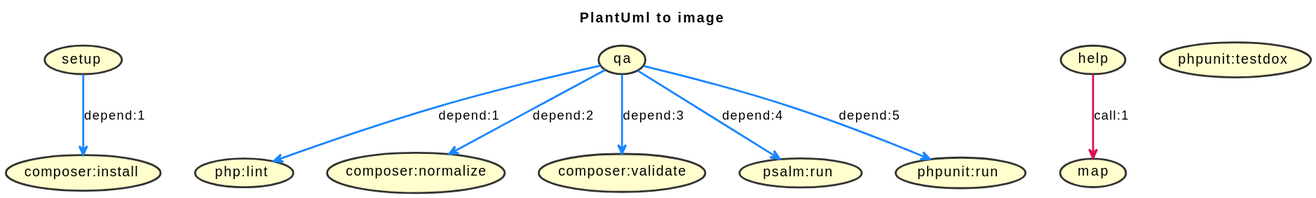
This is build.svg from jawira/plantuml-to-image, a PlantUML export, as it was before one commit.
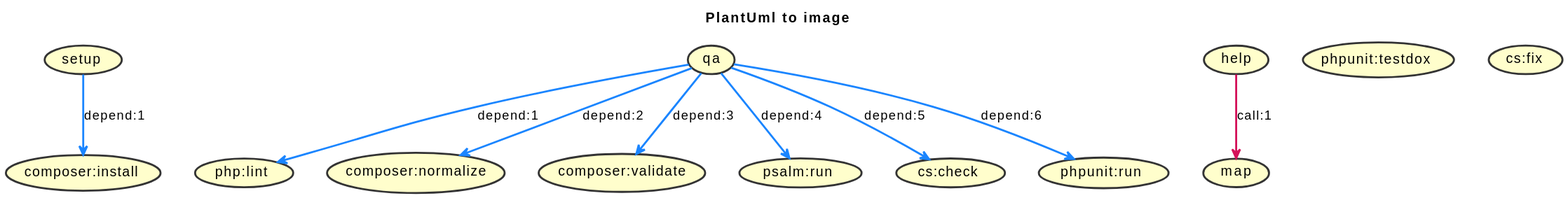
After the commit.

Commit message:
test: Add code style check

Change to the diagram source:
```diff
@@ -19,7 +19,8 @@
 (qa) -[#1A85FF]-> (composer:normalize) : depend:2
 (qa) -[#1A85FF]-> (composer:validate) : depend:3
 (qa) -[#1A85FF]-> (psalm:run) : depend:4
-(qa) -[#1A85FF]-> (phpunit:run) : depend:5
+(qa) -[#1A85FF]-> (cs:check) : depend:5
+(qa) -[#1A85FF]-> (phpunit:run) : depend:6
 (help) -[#D41159]-> (map) : call:1
 (setup)
 (qa)
@@ -32,4 +33,6 @@
 (composer:install)
 (composer:validate)
 (composer:normalize)
+(cs:fix)
+(cs:check)
 @enduml
```
